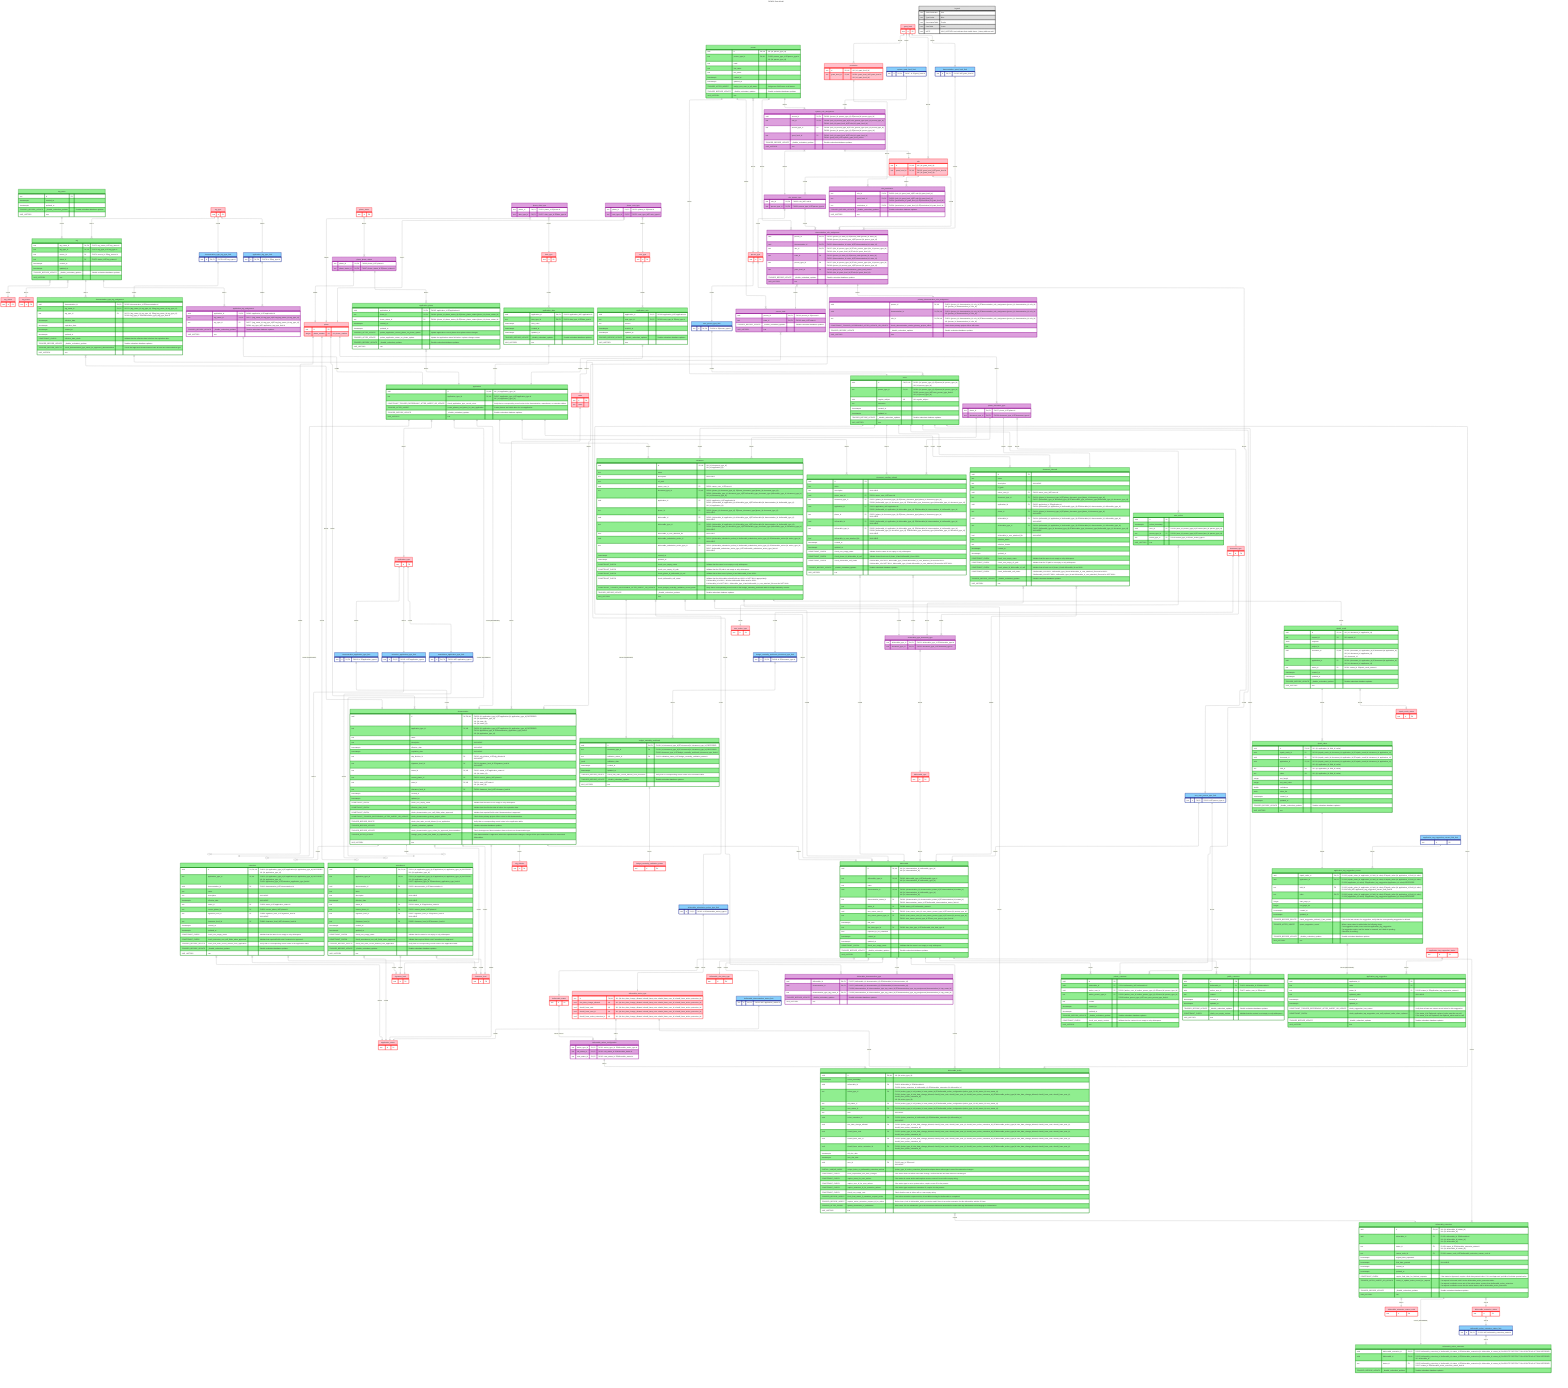
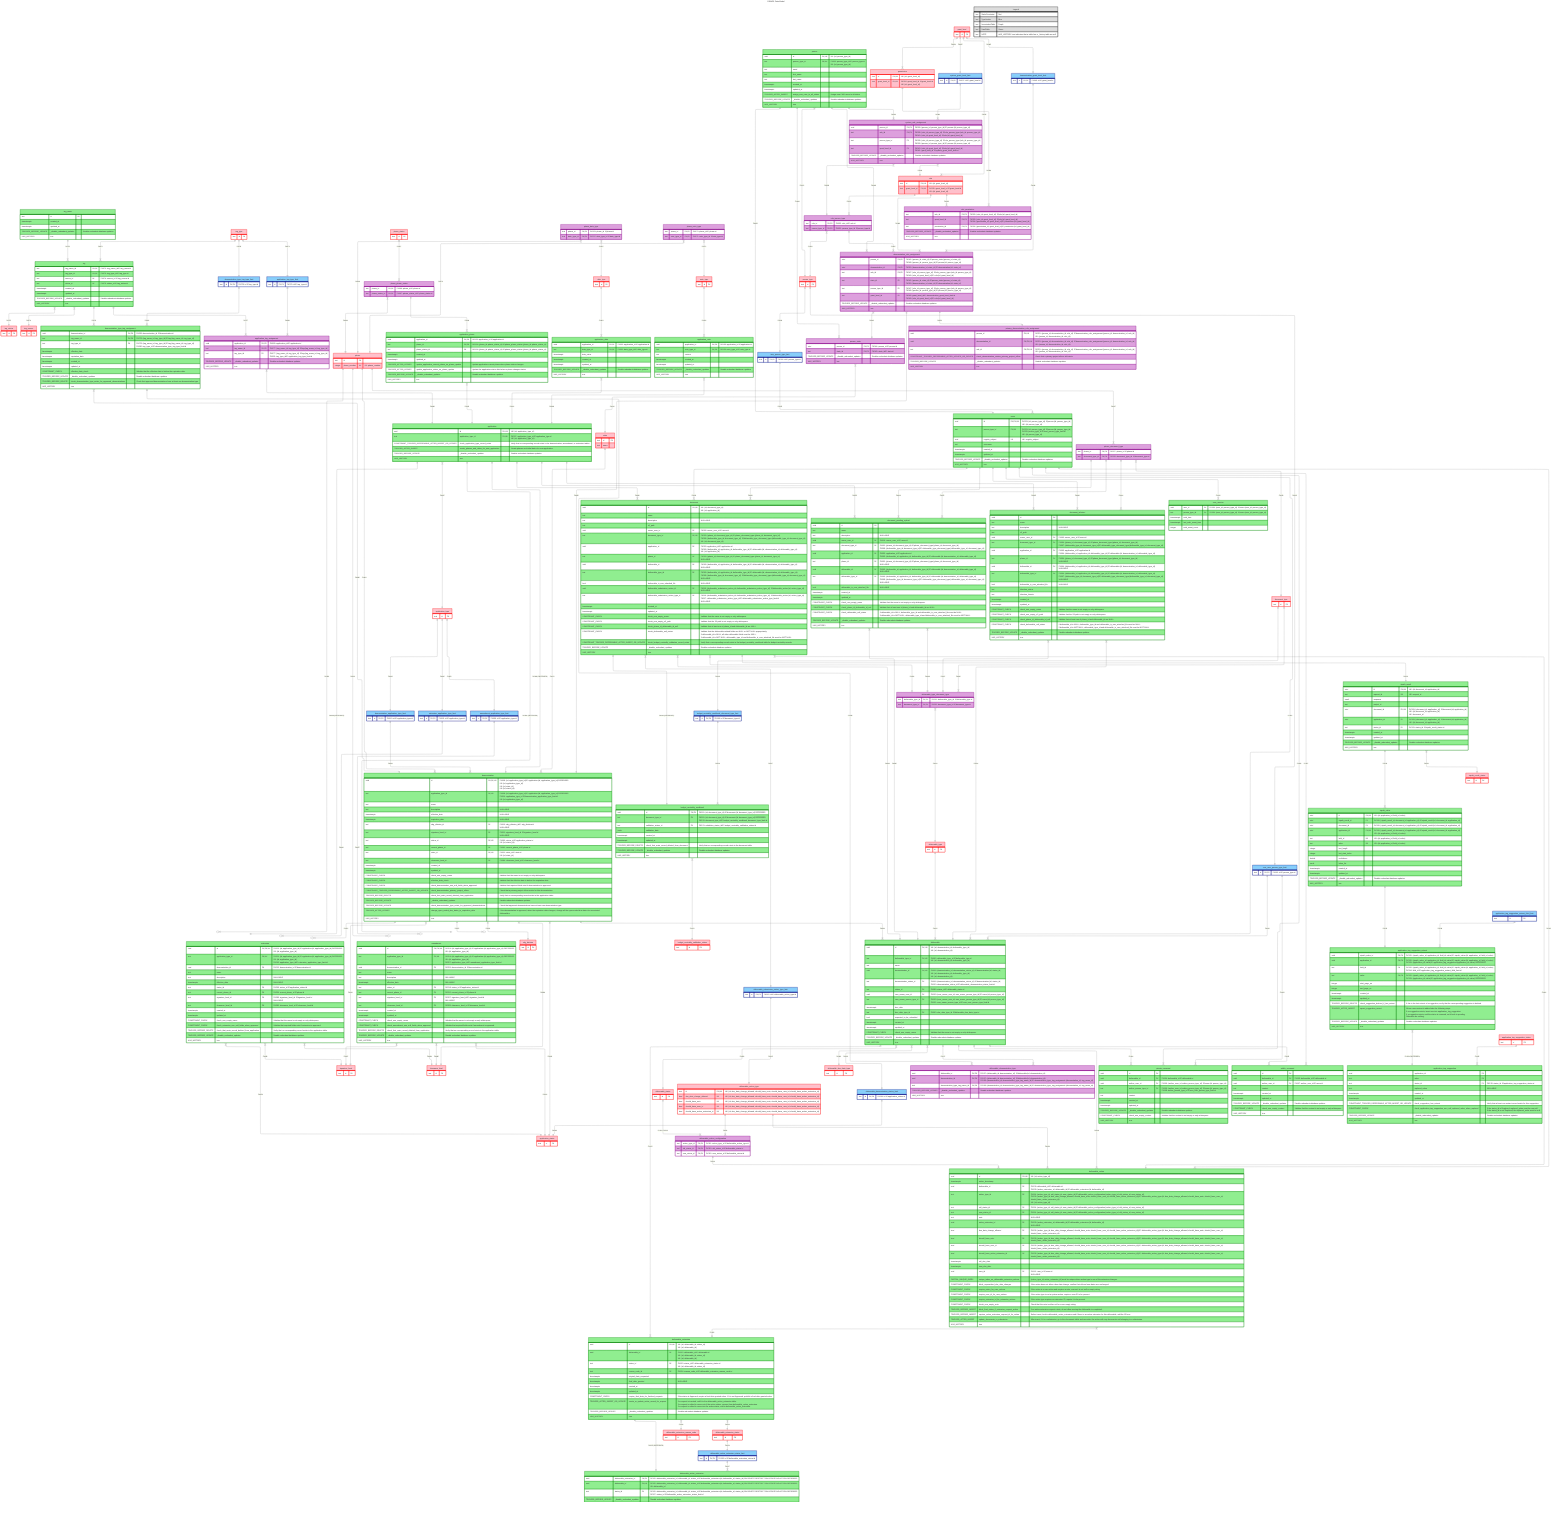
---
title: DEMOS Data Model
config:
  theme: default
  layout: elk
  elk:
    nodePlacementStrategy: NETWORK_SIMPLEX
---

erDiagram
  classDef staticConstraint stroke:red,fill:pink
  classDef typeLimiter stroke:navy,fill:lightskyblue
  classDef dataTable stroke:green,fill:lightgreen
  classDef associativeTable stroke:darkmagenta,fill:plum
  classDef legend stroke:black,fill:#ddd

  tag_name ||--|{ tag : "FK072"
  tag_type ||--|{ tag : "FK073"
  tag }|--|| tag_status : "FK075"
  tag }|--|| tag_source : "FK074"
  tag ||--|{ demonstration_type_tag_assignment : "FK076"
  tag ||--|{ application_tag_assignment : "FK077"
  tag_type ||--|| demonstration_type_tag_type_limit : "FK078"
  tag_type ||--|| application_tag_type_limit : "FK079"
  demonstration_type_tag_type_limit ||--|{ demonstration_type_tag_assignment : "FK080"
  application_tag_type_limit ||--|{ application_tag_assignment : "FK081"
  demonstration_type_tag_assignment }|--|| demonstration : "FK082"
  application_tag_assignment }|--|| application : "FK083"
  phase_status ||--|{ phase_phase_status : "FK067"
  phase_phase_status }|--|| phase : "FK066"
  phase_phase_status ||--|{ application_phase  : "FK004"
  phase_date_type }|--|| phase : "FK003"
  phase_note_type }|--|| phase : "FK070"
  phase_date_type }|--|| date_type: "FK017"
  phase_note_type }|--|| note_type: "FK071"
  application_phase }|--|| application : "FK005"
  date_type ||--|{ application_date  : "FK001"
  note_type ||--|{ application_note  : "FK069"
  application_date }|--|| application : "FK002"
  application_note }|--|| application : "FK068"
  application }|--|| application_type : "FK007"
  application ||--|| demonstration : "FK008 (DEFERRED)"
  application ||--|| extension : "FK009 (DEFERRED)"
  application ||--|| amendment : "FK054 (DEFERRED)"
  demonstration }|--|| sdg_division : "FK010"
  demonstration }|--|| signature_level : "FK011"
  demonstration ||--|{ extension : "FK012"
  demonstration ||--|{ amendment : "FK055"
  application_type ||--|| demonstration_application_type_limit : "FK013"
  demonstration_application_type_limit ||--|{ demonstration : "FK014"
  application_type ||--|| extension_application_type_limit : "FK015"
  extension_application_type_limit ||--|{ extension : "FK016"
  application_type ||--|| amendment_application_type_limit : "FK056"
  amendment_application_type_limit ||--|{ amendment : "FK057"
  amendment }|--|| application_status : "FK018"
  phase ||--|{ amendment : "FK020"
  extension }|--|| application_status : "FK058"
  phase ||--|{ extension : "FK059"
  demonstration }|--|| application_status : "FK060"
  phase ||--|{ demonstration : "FK061"
  state ||--|{ demonstration : "FK021"
  person }|--|| person_type : "FK022"
  person ||--|| users : "FK023"
  person_type ||--|| user_person_type_limit : "FK024"
  user_person_type_limit ||--|{ users : "FK025"
  users ||--|{ document : "FK026"
  users ||--|{ document_pending_upload : "FK019"
  users ||--|{ document_infected : "FK063"
-   users ||--|{ user_action : "FK139"
-   user_action }|--|| user_action_type : "FK140"
+   users ||--|{ user_session : "FK139"
  phase ||--|{ phase_document_type : "FK027"
  phase_document_type }|--|| document_type : "FK028"
  phase_document_type ||--|{ document : "FK029"
  phase_document_type ||--|{ document_pending_upload : "FK052"
  phase_document_type ||--|{ document_infected : "FK064"
  application ||--|{ document : "FK030"
  application ||--|{ document_pending_upload : "FK053"
  application ||--|{ document_infected : "FK065"
  role_person_type }|--|| person_type : "FK031"
  role ||--|{ role_person_type : "FK032"
  role ||--|{ role_permission : "FK033"
  permission ||--|{ role_permission : "FK034"
  grant_level ||--|{ role : "FK035"
  grant_level ||--|{ permission : "FK036"
  system_grant_level_limit ||--|{ system_role_assignment : "FK041"
  system_role_assignment }|--|| role_person_type : "FK038"
  person ||--|{ system_role_assignment : "FK039"
  system_role_assignment }|--|| role : "FK040"
  grant_level ||--|| system_grant_level_limit : "FK037"
  demonstration_role_assignment }|--|| person_state : "FK042"
  person_state }|--|| state : "FK043"
  person ||--|{ person_state : "FK044"
  grant_level ||--|| demonstration_grant_level_limit : "FK045"
  demonstration_grant_level_limit ||--|{ demonstration_role_assignment : "FK046"
  role_person_type ||--|{ demonstration_role_assignment : "FK047"
  person ||--|{ demonstration_role_assignment : "FK048"
  role ||--|{ demonstration_role_assignment : "FK049"
  demonstration_role_assignment }|--|| demonstration : "FK050"
  demonstration_role_assignment ||--|| primary_demonstration_role_assignment : "FK051"
  demonstration }|--|| clearance_level : "FK084"
  amendment }|--|| clearance_level : "FK085"
  extension }|--|| clearance_level : "FK086"
  amendment }|--|| signature_level : "FK087"
  extension }|--|| signature_level : "FK088"
  document_type ||--|| budget_neutrality_workbook_document_type_limit : "FK118"
  document ||--|| budget_neutrality_workbook : "FK119 (DEFERRED)"
  budget_neutrality_workbook_document_type_limit ||--|{ budget_neutrality_workbook : "FK120"
  budget_neutrality_workbook }|--|| budget_neutrality_validation_status : "FK121"
  document }|--|| deliverable_action : "FK116"
  document }|--|| deliverable_submission_action_type_limit : "FK117"
  deliverable_status ||--|{ deliverable_action_configuration : "FK110, FK113"
  deliverable_action_type ||--|{ deliverable_action_configuration : "FK111"
  deliverable_action_type ||--|{ deliverable_action : "FK136"
  deliverable_action_configuration ||--|{ deliverable_action : "FK114"
  deliverable_submission_action_type_limit ||--|| deliverable_action_type : "FK115"
  demonstration ||--|{ deliverable : "FK006"
  deliverable_type ||--|{ deliverable : "FK062"
  deliverable }|--|| deliverable_status : "FK089"
  deliverable }|--|| deliverable_due_date_type : "FK090"
  document_type ||--|{ deliverable_type_document_type : "FK092"
  deliverable_type_document_type }|--|| deliverable_type : "FK091"
  document }|--|| deliverable : "FK093"
  document_infected }|--|| deliverable : "FK094"
  document_pending_upload }|--|| deliverable : "FK095"
  document }|--|| deliverable_type_document_type : "FK096"
  document_infected }|--|| deliverable_type_document_type : "FK097"
  document_pending_upload }|--|| deliverable_type_document_type : "FK098"
  deliverable_demonstration_status_limit ||--|| application_status : "FK099"
  deliverable }|--|| deliverable_demonstration_status_limit : "FK100"
  cms_user_person_type_limit ||--|{ deliverable : "FK101"
  person_type ||--|| cms_user_person_type_limit : "FK102"
  users ||--|{ deliverable : "FK103"
  deliverable ||--|{ deliverable_action : "FK109"
  deliverable_action }|--|| deliverable_extension : "FK128"
  deliverable ||--|{ deliverable_extension : "FK122"
  deliverable ||--|{ deliverable_demonstration_type : "FK137"
  demonstration_type_tag_assignment ||--|{ deliverable_demonstration_type : "FK138"
  deliverable_extension }|--|| deliverable_extension_reason_code : "FK124"
  deliverable_extension }|--|| deliverable_extension_status : "FK123"
  deliverable_extension_status ||--|| deliverable_active_extension_status_limit : "FK126"
  deliverable_active_extension_status_limit ||--|{ deliverable_active_extension : "FK127"
  deliverable_extension ||--|| deliverable_active_extension : "FK125 (DEFERRED)"
  deliverable ||--|{ private_comment : "FK104"
  deliverable ||--|{ public_comment : "FK105"
  users ||--|{ private_comment : "FK106"
  users ||--|{ public_comment : "FK107"
  cms_user_person_type_limit ||--|{ private_comment : "FK108"
  users ||--|{ deliverable_action : "FK112"
  document ||--|| uipath_result : "FK129"
  uipath_result ||--|{ uipath_value : "FK130"
  uipath_result }|--|| uipath_result_status : "FK131"
  uipath_value ||--|| application_tag_suggestion_extract : "FK132"
  application_tag_suggestion_extract }|--|| application_tag_suggestion : "FK133 (DEFERRED)"
  application_tag_suggestion_extract_field_limit ||--|{ application_tag_suggestion_extract : "FK134"
  application_tag_suggestion_status ||--|{ application_tag_suggestion : "FK135"

  %% Static Constraints
  application_status:::staticConstraint {
    text id PK
  }

  application_tag_suggestion_status:::staticConstraint {
    text id PK
  }

  application_type:::staticConstraint {
    text id PK
  }

  budget_neutrality_validation_status:::staticConstraint {
    text id PK
  }

  clearance_level:::staticConstraint {
    text id PK
  }

  date_type:::staticConstraint {
    text id PK
  }

  deliverable_action_type:::staticConstraint {
    text id PK, UK "UK: (id, due_date_change_allowed, should_have_note, should_have_user_id, should_have_active_extension_id)"
    bool due_date_change_allowed UK "UK: (id, due_date_change_allowed, should_have_note, should_have_user_id, should_have_active_extension_id)"
    bool should_have_note UK "UK: (id, due_date_change_allowed, should_have_note, should_have_user_id, should_have_active_extension_id)"
    bool should_have_user_id UK "UK: (id, due_date_change_allowed, should_have_note, should_have_user_id, should_have_active_extension_id)"
    bool should_have_active_extension_id UK "UK: (id, due_date_change_allowed, should_have_note, should_have_user_id, should_have_active_extension_id)"
  }

  deliverable_due_date_type:::staticConstraint {
    text id PK
  }

  deliverable_extension_reason_code:::staticConstraint {
    text id PK
  }

  deliverable_extension_status:::staticConstraint {
    text id PK
  }

  deliverable_status:::staticConstraint {
    text id PK
  }

  deliverable_type:::staticConstraint {
    text id PK
  }

  document_type:::staticConstraint {
    text id PK
  }

  grant_level:::staticConstraint {
    text id PK
  }

  note_type:::staticConstraint {
    text id PK
  }

  permission:::staticConstraint {
    text id PK, UK "UK: (id, grant_level_id)"
    text grant_level_id FK, UK "FK036: grant_level_id ∈ grant_level.id<br>UK: (id, grant_level_id)"
  }

  person_type:::staticConstraint {
    text id PK
  }

  phase:::staticConstraint {
    text id PK
    integer phase_number UK "UK: phase_number"
  }

  phase_status:::staticConstraint {
    text id PK
  }

  role:::staticConstraint {
    text id PK, UK "UK: (id, grant_level_id)"
    text grant_level_id FK, UK "FK035: grant_level_id ∈ grant_level.id<br>UK: (id, grant_level_id)"
  }

  sdg_division:::staticConstraint {
    text id PK
  }

  signature_level:::staticConstraint {
    text id PK
  }

  state:::staticConstraint {
    text id PK
    text name
  }

  tag_source:::staticConstraint {
    text id PK
  }

  tag_status:::staticConstraint {
    text id PK
  }

  tag_type:::staticConstraint {
    text id PK
  }

  uipath_result_status:::staticConstraint {
    text id PK
  }

-   user_action_type:::staticConstraint {
-     text id PK
-   }
- 
  %% Type Limiters
  amendment_application_type_limit:::typeLimiter {
    text id PK, FK "FK056: id ∈ application_type.id"
  }

  application_tag_suggestion_extract_field_limit:::typeLimiter {
    text id PK
  }

  application_tag_type_limit:::typeLimiter {
    text id PK, FK "FK079: id ∈ tag_type.id"
  }

  budget_neutrality_workbook_document_type_limit:::typeLimiter {
    text id PK, FK "FK118: id ∈ document_type.id"
  }

  cms_user_person_type_limit:::typeLimiter {
    text id PK, FK "FK102: id ∈ person_type.id"
  }

  deliverable_active_extension_status_limit:::typeLimiter {
    text id PK, FK "FK126: id ∈ deliverable_extension_status.id"
  }

  deliverable_demonstration_status_limit:::typeLimiter {
    text id PK, FK "FK099: id ∈ application_status.id"
  }

  deliverable_submission_action_type_limit:::typeLimiter {
    text id PK, FK "FK115: id ∈ deliverable_action_type.id"
  }

  demonstration_application_type_limit:::typeLimiter {
    text id PK, FK "FK013: id ∈ application_type.id"
  }

  demonstration_grant_level_limit:::typeLimiter {
    text id PK, FK "FK045: id ∈ grant_level.id"
  }

  demonstration_type_tag_type_limit:::typeLimiter {
    text id PK, FK "FK078: id ∈ tag_type.id"
  }

  extension_application_type_limit:::typeLimiter {
    text id PK, FK "FK015: id ∈ application_type.id"
  }

  system_grant_level_limit:::typeLimiter {
    text id PK, FK "FK037: id ∈ grant_level.id"
  }

  user_person_type_limit:::typeLimiter {
    text id PK, FK "FK024: id ∈ person_type.id"
  }

  %% Data Tables
  amendment:::dataTable {
    uuid id PK, FK, UK "FK054: (id, application_type_id) ∈ application.(id, application_type_id) DEFERRED<br>UK: (id, application_type_id)"
    text application_type_id FK, UK "FK054: (id, application_type_id) ∈ application.(id, application_type_id) DEFERRED<br>UK: (id, application_type_id)<br>FK057: application_type_id ∈ amendment_application_type_limit.id"
    uuid demonstration_id FK "FK055: demonstration_id ∈ demonstration.id"
    text name
    text description "NULLABLE"
    timestamptz effective_date "NULLABLE"
    text status_id FK "FK018: status_id ∈ application_status.id"
    text current_phase_id FK "FK020: current_phase_id ∈ phase.id"
    text signature_level_id FK "FK087: signature_level_id ∈ signature_level.id<br>NULLABLE"
    text clearance_level_id FK "FK085: clearance_level_id ∈ clearance_level.id"
    timestamptz created_at
    timestamptz updated_at
    CONSTRAINT_CHECK check_non_empty_name "Validate that the name is not empty or only whitespace."
    CONSTRAINT_CHECK check_amendment_non_null_fields_when_approved  "Validate that required fields exist if amendment is approved."
    TRIGGER_BEFORE_DELETE check_that_main_record_deleted_from_application "Verify that no corresponding record exists in the application table."
    TRIGGER_BEFORE_UPDATE _disable_redundant_updates "Disable redundant database updates."
    HAS_HISTORY true
  }

  application:::dataTable {
    uuid id PK, UK "UK: (id, application_type_id)"
    text application_type_id FK, UK "FK007: application_type_id ∈ application_type.id<br>UK: (id, application_type_id)"
    CONSTRAINT_TRIGGER_DEFERRABLE_AFTER_INSERT_OR_UPDATE check_application_type_record_exists "Verify that a corresponding record exists in the demonstration, amendment, or extension tables."
    TRIGGER_AFTER_INSERT create_phases_and_dates_for_new_application "Create phases and initial dates for new application."
    TRIGGER_BEFORE_UPDATE _disable_redundant_updates "Disable redundant database updates."
    HAS_HISTORY true
  }

  application_date:::dataTable {
    uuid application_id PK, FK "FK002: application_id ∈ application.id"
    text date_type_id PK, FK "FK001: date_type_id ∈ date_type.id"
    timestamptz date_value
    timestamptz created_at
    timestamptz updated_at
    TRIGGER_BEFORE_UPDATE _disable_redundant_updates "Disable redundant database updates."
    HAS_HISTORY true
  }

  application_note:::dataTable {
    uuid application_id PK, FK "FK068: application_id ∈ application.id"
    text note_type_id PK, FK "FK069: note_type_id ∈ note_type.id"
    text content
    timestamptz created_at
    timestamptz updated_at
    TRIGGER_BEFORE_UPDATE _disable_redundant_updates "Disable redundant database updates."
    HAS_HISTORY true
  }

  application_phase:::dataTable {
    uuid application_id PK, FK "FK005: application_id ∈ application.id"
    text phase_id PK, FK "FK004: (phase_id, phase_status_id) ∈ phase_phase_status.(phase_id, phase_status_id)"
    text phase_status_id FK "FK004: (phase_id, phase_status_id) ∈ phase_phase_status.(phase_id, phase_status_id)"
    timestamptz created_at
    timestamptz updated_at
    TRIGGER_AFTER_UPDATE update_application_current_phase_on_phase_update "Update application current phase when phase status changes."
    TRIGGER_AFTER_UPDATE update_application_status_on_phase_update "Update the application status field when a phase changes status."
    TRIGGER_BEFORE_UPDATE _disable_redundant_updates "Disable redundant database updates."
    HAS_HISTORY true
  }

  application_tag_suggestion:::dataTable {
    uuid application_id PK
    text value PK
    text status_id FK "FK135: status_id ∈ application_tag_suggestion_status.id"
    text replaced_value "NULLABLE"
    timestamptz created_at
    timestamptz updated_at
    CONSTRAINT_TRIGGER_DEFERRABLE_AFTER_INSERT_OR_UPDATE check_suggestion_has_extract "Verify that at least one extract record exists for this suggestion."
    CONSTRAINT_CHECK check_application_tag_suggestion_non_null_replaced_value_when_replaced "If the status_id is Replaced, replaced_value must be non null.<br>If the status_id is not Replaced, the replaced_value must be null."
    TRIGGER_BEFORE_UPDATE _disable_redundant_updates "Disable redundant database updates."
    HAS_HISTORY true
  }

  application_tag_suggestion_extract:::dataTable {
    uuid uipath_value_id PK, FK "FK132: (uipath_value_id, application_id, field_id, value) ∈ uipath_value.(id, application_id, field_id, value)"
    uuid application_id PK, FK "FK132: (uipath_value_id, application_id, field_id, value) ∈ uipath_value.(id, application_id, field_id, value)<br>FK133: (application_id, value) ∈ application_tag_suggestion.(application_id, value) DEFERRED"
    text field_id FK "FK132: (uipath_value_id, application_id, field_id, value) ∈ uipath_value.(id, application_id, field_id, value)<br>FK134: field_id ∈ application_tag_suggestion_extract_field_limit.id"
    text value PK, FK "FK132: (uipath_value_id, application_id, field_id, value) ∈ uipath_value.(id, application_id, field_id, value)<br>FK133: (application_id, value) ∈ application_tag_suggestion.(application_id, value) DEFERRED"
    integer start_page_no
    integer end_page_no
    timestamptz created_at
    timestamptz updated_at
    TRIGGER_BEFORE_DELETE check_suggestion_deleted_if_last_extract "If this is the last extract of a suggestion, verify that the corresponding suggestion is deleted."
    TRIGGER_AFTER_INSERT upsert_suggestion_record "When a new extract is added take the following steps.<br>If no suggestion exists, insert one into application_tag_suggestion.<br>If a suggestion exists, and the status is removed, set it back to pending.<br>Otherwise do nothing."
    TRIGGER_BEFORE_UPDATE _disable_redundant_updates "Disable redundant database updates."
    HAS_HISTORY true
  }

  budget_neutrality_workbook:::dataTable {
    uuid id PK, FK "FK119: (id, document_type_id) ∈ document.(id, document_type_id) DEFERRED"
    text document_type_id FK "FK119: (id, document_type_id) ∈ document.(id, document_type_id) DEFERRED<br>FK120: document_type_id ∈ budget_neutrality_workbook_document_type_limit.id"
    text validation_status_id FK "FK121: validation_status_id ∈ budget_neutrality_validation_status.id"
    jsonb validation_data
    timestamptz created_at
    timestamptz updated_at
    TRIGGER_BEFORE_DELETE check_that_main_record_deleted_from_document "Verify that no corresponding record exists in the document table."
    TRIGGER_BEFORE_UPDATE _disable_redundant_updates "Disable redundant database updates."
    HAS_HISTORY true
  }

  %% NOTE: That empty line with <br>&nbsp; is a layout hack for Mermaid
  deliverable:::dataTable {
    uuid id PK, UK "UK: (id, demonstration_id, deliverable_type_id)<br>UK: (id, demonstration_id)<br>&nbsp;"
    text deliverable_type_id FK, UK "FK062: deliverable_type_id ∈ deliverable_type.id<br>UK: (id, demonstration_id, deliverable_type_id)"
    text name
    uuid demonstration_id FK, UK "FK006: (demonstration_id, demonstration_status_id) ∈ demonstration.(id, status_id)<br>UK: (id, demonstration_id, deliverable_type_id)<br>UK: (id, demonstration_id)"
    text demonstration_status_id FK "FK006: (demonstration_id, demonstration_status_id) ∈ demonstration.(id, status_id)<br>FK100: demonstration_status_id ∈ deliverable_demonstration_status_limit.id"
    text status_id FK "FK089: status_id ∈ deliverable_status.id"
    uuid cms_owner_user_id FK "FK103: (cms_owner_user_id, cms_owner_person_type_id) ∈ users.(id, person_type_id)"
    text cms_owner_person_type_id FK "FK103: (cms_owner_user_id, cms_owner_person_type_id) ∈ users.(id, person_type_id)<br>FK101: cms_owner_person_type_id ∈ cms_user_person_type_limit.id"
    timestamptz due_date
    text due_date_type_id FK "FK090: due_date_type_id ∈ deliverable_due_date_type.id"
    bool expected_to_be_submitted
    timestamptz created_at
    timestamptz updated_at
    CONSTRAINT_CHECK check_non_empty_name "Validate that the name is not empty or only whitespace."
    TRIGGER_BEFORE_UPDATE _disable_redundant_updates "Disable redundant database updates."
    HAS_HISTORY true
  }

  deliverable_action:::dataTable {
    uuid id PK, UK "UK: (id, action_type_id)"
    timestamptz action_timestamp
    uuid deliverable_id FK "FK109: deliverable_id ∈ deliverable.id<br>FK128: (active_extension_id, deliverable_id) ∈ deliverable_extension.(id, deliverable_id)"
    text action_type_id FK "FK114: (action_type_id, old_status_id, new_status_id) ∈ deliverable_action_configuration.(action_type_id, old_status_id, new_status_id)<br>FK136: (action_type_id, due_date_change_allowed, should_have_note, should_have_user_id, should_have_active_extension_id)) ∈ deliverable_action_type.(id, due_date_change_allowed, should_have_note, should_have_user_id, should_have_active_extension_id)<br>UK: (id, action_type_id)"
    text old_status_id FK "FK114: (action_type_id, old_status_id, new_status_id) ∈ deliverable_action_configuration.(action_type_id, old_status_id, new_status_id)"
    text new_status_id FK "FK114: (action_type_id, old_status_id, new_status_id) ∈ deliverable_action_configuration.(action_type_id, old_status_id, new_status_id)"
    text note "NULLABLE"
    uuid active_extension_id FK "FK128: (active_extension_id, deliverable_id) ∈ deliverable_extension.(id, deliverable_id)<br>NULLABLE"
    bool due_date_change_allowed FK "FK136: (action_type_id, due_date_change_allowed, should_have_note, should_have_user_id, should_have_active_extension_id)) ∈ deliverable_action_type.(id, due_date_change_allowed, should_have_note, should_have_user_id, should_have_active_extension_id)"
    bool should_have_note FK "FK136: (action_type_id, due_date_change_allowed, should_have_note, should_have_user_id, should_have_active_extension_id)) ∈ deliverable_action_type.(id, due_date_change_allowed, should_have_note, should_have_user_id, should_have_active_extension_id)"
    bool should_have_user_id FK "FK136: (action_type_id, due_date_change_allowed, should_have_note, should_have_user_id, should_have_active_extension_id)) ∈ deliverable_action_type.(id, due_date_change_allowed, should_have_note, should_have_user_id, should_have_active_extension_id)"
    bool should_have_active_extension_id FK "FK136: (action_type_id, due_date_change_allowed, should_have_note, should_have_user_id, should_have_active_extension_id)) ∈ deliverable_action_type.(id, due_date_change_allowed, should_have_note, should_have_user_id, should_have_active_extension_id)"
    timestamptz old_due_date
    timestamptz new_due_date
    uuid user_id FK "FK112: user_id ∈ users.id<br>NULLABLE"
    PARTIAL_UNIQUE_INDEX unique_index_on_deliverable_extension_actions "(action_type_id, active_extension_id) must be unique where action type is one of the extension changes."
    CONSTRAINT_CHECK block_unpermitted_due_date_changes "If the action does not allow a due date change, confirm that old and new dates are unchanged."
    CONSTRAINT_CHECK require_notes_for_user_actions "If the action is a user action and requires a note, ensure it is not null or empty string."
    CONSTRAINT_CHECK require_user_id_for_user_actions "If the action type is not a system action, require a user ID to be present."
    CONSTRAINT_CHECK require_extension_id_for_extension_actions "If the action type requires an extension ID, require it to be present."
    CONSTRAINT_CHECK check_non_empty_note "Check that the note is either null or a non empty string."
    TRIGGER_BEFORE_INSERT block_final_states_if_extension_request_active "If an active extension request exists, do not allow moving the deliverable to completed."
    TRIGGER_BEFORE_INSERT capture_active_extension_request_id_for_action "Before insert, look in deliverable_active_extension and if there is an active extension for this deliverable, add the ID here."
    TRIGGER_AFTER_INSERT update_documents_in_submission "After insert, if it is a submission, go to the documents table and associate the action with any documents not belonging to a submission."
    HAS_HISTORY true
  }

  deliverable_active_extension:::dataTable {
    uuid deliverable_extension_id PK, FK "FK125: deliverable_extension_id, deliverable_id, status_id ∈ deliverable_extension.(id, deliverable_id, status_id) ON DELETE RESTRICT ON UPDATE NO ACTION DEFERRED"
    uuid deliverable_id FK, UK "FK125: deliverable_extension_id, deliverable_id, status_id ∈ deliverable_extension.(id, deliverable_id, status_id) ON DELETE RESTRICT ON UPDATE NO ACTION DEFERRED<br>UK: deliverable_id"
    text status_id FK "FK125: deliverable_extension_id, deliverable_id, status_id ∈ deliverable_extension.(id, deliverable_id, status_id) ON DELETE RESTRICT ON UPDATE NO ACTION DEFERRED<br>FK127: status_id ∈ deliverable_active_extension_status_limit.id"
    TRIGGER_BEFORE_UPDATE _disable_redundant_updates "Disable redundant database updates."
  }

  deliverable_extension:::dataTable {
    uuid id PK, UK "UK: (id, deliverable_id, status_id)<br>UK: (id, deliverable_id)"
    uuid deliverable_id FK "FK122: deliverable_id ∈ deliverable.id<br>UK: (id, deliverable_id, status_id)<br>UK: (id, deliverable_id)"
    text status_id FK "FK123: status_id ∈ deliverable_extension_status.id<br>UK: (id, deliverable_id, status_id)"
    text reason_code_id FK "FK124: reason_code_id ∈ deliverable_extension_reason_code.id"
    timestamptz original_date_requested
    timestamptz final_date_granted "NULLABLE"
    timestamptz created_at
    timestamptz updated_at
    CONSTRAINT_CHECK require_final_date_for_finished_requests "If the status is Approved, require a final date granted value. If it is not Approved, prohibit a final date granted value."
    TRIGGER_AFTER_INSERT_OR_UPDATE create_or_update_active_record_for_request "If a request is inserted, add it to the deliverable_active_extension table.<br>If a request is edited to move out of the active status, remove from deliverable_active_extension.<br>If a request is edited to move into the active status, add to deliverable_active_extension."
    TRIGGER_BEFORE_UPDATE _disable_redundant_updates "Disable redundant database updates."
    HAS_HISTORY true
  }

  demonstration:::dataTable {
    uuid id PK, FK, UK "FK008: (id, application_type_id) ∈ application.(id, application_type_id) DEFERRED<br>UK: (id, application_type_id)<br>UK: (id, state_id)<br>UK: (id, status_id)"
    text application_type_id FK, UK "FK008: (id, application_type_id) ∈ application.(id, application_type_id) DEFERRED<br>FK014: application_type_id ∈ demonstration_application_type_limit.id<br>UK: (id, application_type_id)"
    text name
    text description "NULLABLE"
    timestamptz effective_date "NULLABLE"
    timestamptz expiration_date "NULLABLE"
    text sdg_division_id FK "FK010: sdg_division_id ∈ sdg_division.id<br>NULLABLE"
    text signature_level_id FK "FK011: signature_level_id ∈ signature_level.id<br>NULLABLE"
    text status_id FK, UK "FK060: status_id ∈ application_status.id<br>UK: (id, status_id)"
    text current_phase_id FK "FK061: current_phase_id ∈ phase.id"
    text state_id FK, UK "FK021: state_id ∈ state.id<br>UK: (id, state_id)"
    text clearance_level_id FK "FK084: clearance_level_id ∈ clearance_level.id"
    timestamptz created_at
    timestamptz updated_at
    CONSTRAINT_CHECK check_non_empty_name "Validate that the name is not empty or only whitespace."
    CONSTRAINT_CHECK effective_date_check "Validate that the effective date is before the expiration date."
    CONSTRAINT_CHECK check_demonstration_non_null_fields_when_approved "Validate that required fields exist if demonstration is approved."
    CONSTRAINT_TRIGGER_DEFERRABLE_AFTER_INSERT_OR_UPDATE check_demonstration_primary_project_officer "Check that a primary project officer exists for this demonstration."
    TRIGGER_BEFORE_DELETE check_that_main_record_deleted_from_application "Verify that no corresponding record exists in the application table."
    TRIGGER_BEFORE_UPDATE _disable_redundant_updates "Disable redundant database updates."
    TRIGGER_BEFORE_UPDATE check_demonstration_type_exists_for_approved_demonstrations "Check that approved demonstrations have at least one demonstration type."
    TRIGGER_AFTER_UPDATE change_open_ended_due_dates_to_expiration_date "If the demonstration is approved, when the expiration date changes, change all the open-ended due dates for associated deliverables."
    HAS_HISTORY true
  }

  demonstration_type_tag_assignment:::dataTable {
    uuid demonstration_id PK, FK "FK082: demonstration_id ∈ demonstration.id"
    text tag_name_id PK, FK "FK076: (tag_name_id, tag_type_id) ∈ tag.(tag_name_id, tag_type_id)"
    text tag_type_id FK "FK076: (tag_name_id, tag_type_id) ∈ tag.(tag_name_id, tag_type_id)<br>FK080: tag_type_id ∈ demonstration_type_tag_type_limit.id"
    timestamptz effective_date
    timestamptz expiration_date
    timestamptz created_at
    timestamptz updated_at
    CONSTRAINT_CHECK effective_date_check "Validate that the effective date is before the expiration date."
    TRIGGER_BEFORE_UPDATE _disable_redundant_updates "Disable redundant database updates."
    TRIGGER_BEFORE_DELETE check_demonstration_type_exists_for_approved_demonstrations "Check that approved demonstrations have at least one demonstration type."
    HAS_HISTORY true
  }

  document:::dataTable {
    uuid id PK, UK "UK: (id, document_type_id)<br>UK: (id, application_id)"
    text name
    text description "NULLABLE"
    text s3_path
    uuid owner_user_id FK "FK026: owner_user_id ∈ users.id"
    text document_type_id FK, UK "FK029: (phase_id, document_type_id) ∈ phase_document_type.(phase_id, document_type_id)<br>FK096: (deliverable_type_id, document_type_id) ∈ deliverable_type_document_type.(deliverable_type_id, document_type_id)<br>UK: (id, document_type_id)"
    uuid application_id FK "FK030: application_id ∈ application.id<br>FK093: (deliverable_id, application_id, deliverable_type_id) ∈ deliverable.(id, demonstration_id, deliverable_type_id)<br>UK: (id, application_id)"
    text phase_id FK "FK029: (phase_id, document_type_id) ∈ phase_document_type.(phase_id, document_type_id)<br>NULLABLE"
    uuid deliverable_id FK "FK093: (deliverable_id, application_id, deliverable_type_id) ∈ deliverable.(id, demonstration_id, deliverable_type_id)<br>NULLABLE"
    text deliverable_type_id FK "FK093: (deliverable_id, application_id, deliverable_type_id) ∈ deliverable.(id, demonstration_id, deliverable_type_id)<br>FK096: (deliverable_type_id, document_type_id) ∈ deliverable_type_document_type.(deliverable_type_id, document_type_id)<br>NULLABLE"
    bool deliverable_is_cms_attached_file "NULLABLE"
    uuid deliverable_submission_action_id FK "FK116: (deliverable_submission_action_id, deliverable_submission_action_type_id) ∈ deliverable_action.(id, action_type_id)<br>NULLABLE"
    text deliverable_submission_action_type_id FK "FK116: (deliverable_submission_action_id, deliverable_submission_action_type_id) ∈ deliverable_action.(id, action_type_id)<br>FK117: deliverable_submission_action_type_id ∈ deliverable_submission_action_type_limit.id<br>NULLABLE"
    timestamptz created_at
    timestamptz updated_at
    CONSTRAINT_CHECK check_non_empty_name "Validate that the name is not empty or only whitespace."
    CONSTRAINT_CHECK check_non_empty_s3_path "Validate that the S3 path is not empty or only whitespace."
    CONSTRAINT_CHECK check_phase_id_deliverable_id_null "Validate that at least one of phase_id and deliverable_id are NULL."
    CONSTRAINT_CHECK check_deliverable_null_states "Validate that the deliverable-related fields are NULL or NOT NULL appropriately.<br>If deliverable_id is NULL, all other deliverable fields must be NULL.<br>If deliverable_id is NOT NULL, deliverable_type_id and deliverable_is_cms_attached_file must be NOT NULL."
    CONSTRAINT_TRIGGER_DEFERRABLE_AFTER_INSERT_OR_UPDATE check_budget_neutrality_validation_record_exists "Verify that a corresponding record exists in the budget_neutrality_workbook table for budget neutrality records."
    TRIGGER_BEFORE_UPDATE _disable_redundant_updates "Disable redundant database updates."
    HAS_HISTORY true
  }

  document_infected:::dataTable {
    uuid id PK
    text name
    text description "NULLABLE"
    text s3_path
    uuid owner_user_id FK "FK063: owner_user_id ∈ users.id"
    text document_type_id FK "FK064: (phase_id, document_type_id) ∈ phase_document_type.(phase_id, document_type_id)<br>FK097: (deliverable_type_id, document_type_id) ∈ deliverable_type_document_type.(deliverable_type_id, document_type_id)"
    uuid application_id FK "FK065: application_id ∈ application.id<br>FK094: (deliverable_id, application_id, deliverable_type_id) ∈ deliverable.(id, demonstration_id, deliverable_type_id)"
    text phase_id FK "FK064: (phase_id, document_type_id) ∈ phase_document_type.(phase_id, document_type_id)<br>NULLABLE"
    uuid deliverable_id FK "FK094: (deliverable_id, application_id, deliverable_type_id) ∈ deliverable.(id, demonstration_id, deliverable_type_id)<br>NULLABLE"
    text deliverable_type_id FK "FK094: (deliverable_id, application_id, deliverable_type_id) ∈ deliverable.(id, demonstration_id, deliverable_type_id)<br>FK097: (deliverable_type_id, document_type_id) ∈ deliverable_type_document_type.(deliverable_type_id, document_type_id)<br>NULLABLE"
    bool deliverable_is_cms_attached_file "NULLABLE"
    text infection_status
    text infection_threats
    timestamptz created_at
    timestamptz updated_at
    CONSTRAINT_CHECK check_non_empty_name "Validate that the name is not empty or only whitespace."
    CONSTRAINT_CHECK check_non_empty_s3_path "Validate that the S3 path is not empty or only whitespace."
    CONSTRAINT_CHECK check_phase_id_deliverable_id_null "Validate that at least one of phase_id and deliverable_id are NULL."
    CONSTRAINT_CHECK check_deliverable_null_states "If deliverable_id is NULL, deliverable_type_id and deliverable_is_cms_attached_file must be NULL.<br>If deliverable_id is NOT NULL, deliverable_type_id and deliverable_is_cms_attached_file must be NOT NULL."
    TRIGGER_BEFORE_UPDATE _disable_redundant_updates "Disable redundant database updates."
    HAS_HISTORY true
  }

  document_pending_upload:::dataTable {
    uuid id PK
    text name
    text description "NULLABLE"
    uuid owner_user_id FK "FK019: owner_user_id ∈ users.id"
    text document_type_id FK "FK052: (phase_id, document_type_id) ∈ phase_document_type.(phase_id, document_type_id)<br>FK098: (deliverable_type_id, document_type_id) ∈ deliverable_type_document_type.(deliverable_type_id, document_type_id)"
    uuid application_id FK "FK053: application_id ∈ application.id<br>FK095: (deliverable_id, application_id, deliverable_type_id) ∈ deliverable.(id, demonstration_id, deliverable_type_id)"
    text phase_id FK "FK052: (phase_id, document_type_id) ∈ phase_document_type.(phase_id, document_type_id)<br>NULLABLE"
    uuid deliverable_id FK "FK095: (deliverable_id, application_id, deliverable_type_id) ∈ deliverable.(id, demonstration_id, deliverable_type_id)<br>NULLABLE"
    text deliverable_type_id FK "FK095: (deliverable_id, application_id, deliverable_type_id) ∈ deliverable.(id, demonstration_id, deliverable_type_id)<br>FK098: (deliverable_type_id, document_type_id) ∈ deliverable_type_document_type.(deliverable_type_id, document_type_id)<br>NULLABLE"
    bool deliverable_is_cms_attached_file "NULLABLE"
    timestamptz created_at
    timestamptz updated_at
    CONSTRAINT_CHECK check_non_empty_name "Validate that the name is not empty or only whitespace."
    CONSTRAINT_CHECK check_phase_id_deliverable_id_null "Validate that at least one of phase_id and deliverable_id are NULL."
    CONSTRAINT_CHECK check_deliverable_null_states "If deliverable_id is NULL, deliverable_type_id and deliverable_is_cms_attached_file must be NULL.<br>If deliverable_id is NOT NULL, deliverable_type_id and deliverable_is_cms_attached_file must be NOT NULL."
    TRIGGER_BEFORE_UPDATE _disable_redundant_updates "Disable redundant database updates."
    HAS_HISTORY true
  }

  extension:::dataTable {
    uuid id PK, FK, UK "FK009: (id, application_type_id) ∈ application.(id, application_type_id) DEFERRED<br>UK: (id, application_type_id)"
    text application_type_id FK, UK "FK009: (id, application_type_id) ∈ application.(id, application_type_id) DEFERRED<br>UK: (id, application_type_id)<br>FK016: application_type_id ∈ extension_application_type_limit.id"
    uuid demonstration_id FK "FK012: demonstration_id ∈ demonstration.id"
    text name
    text description "NULLABLE"
    timestamptz effective_date "NULLABLE"
    text status_id FK "FK058: status_id ∈ application_status.id"
    text current_phase_id FK "FK059: current_phase_id ∈ phase.id"
    text signature_level_id FK "FK088: signature_level_id ∈ signature_level.id<br>NULLABLE"
    text clearance_level_id FK "FK086: clearance_level_id ∈ clearance_level.id"
    timestamptz created_at
    timestamptz updated_at
    CONSTRAINT_CHECK check_non_empty_name "Validate that the name is not empty or only whitespace."
    CONSTRAINT_CHECK check_extension_non_null_fields_when_approved  "Validate that required fields exist if extension is approved."
    TRIGGER_BEFORE_DELETE check_that_main_record_deleted_from_application "Verify that no corresponding record exists in the application table."
    TRIGGER_BEFORE_UPDATE _disable_redundant_updates "Disable redundant database updates."
    HAS_HISTORY true
  }

  person:::dataTable {
    uuid id PK, UK "UK: (id, person_type_id)"
    text person_type_id FK, UK "FK022: person_type_id ∈ person_type.id<br>UK: (id, person_type_id)"
    text email
    text first_name
    text last_name
    timestamptz created_at
    timestamptz updated_at
    TRIGGER_AFTER_INSERT assign_cms_user_to_all_states "Assign new CMS users to all states."
    TRIGGER_BEFORE_UPDATE _disable_redundant_updates "Disable redundant database updates."
    HAS_HISTORY true
  }

  private_comment:::dataTable {
    uuid id PK
    uuid deliverable_id FK "FK104: deliverable_id ∈ deliverable.id"
    uuid author_user_id FK "FK106: (author_user_id, author_person_type_id) ∈ users.(id, person_type_id)"
    text author_person_type_id FK "FK106: (author_user_id, author_person_type_id) ∈ users.(id, person_type_id)<br>FK108: author_person_type_id ∈ cms_user_person_type_limit.id"
    text content
    timestamptz created_at
    timestamptz updated_at
    TRIGGER_BEFORE_UPDATE _disable_redundant_updates "Disable redundant database updates."
    CONSTRAINT_CHECK check_non_empty_content "Validate that the content is not empty or only whitespace."
    HAS_HISTORY true
  }

  public_comment:::dataTable {
    uuid id PK
    uuid deliverable_id FK "FK105: deliverable_id ∈ deliverable.id"
    uuid author_user_id FK "FK107: author_user_id ∈ users.id"
    text content
    timestamptz created_at
    timestamptz updated_at
    TRIGGER_BEFORE_UPDATE _disable_redundant_updates "Disable redundant database updates."
    CONSTRAINT_CHECK check_non_empty_content "Validate that the content is not empty or only whitespace."
    HAS_HISTORY true
  }

  tag:::dataTable {
    text tag_name_id PK, FK "FK072: tag_name_id ∈ tag_name.id"
    text tag_type_id PK, FK "FK073: tag_type_id ∈ tag_type.id"
    text source_id FK "FK074: source_id ∈ tag_source.id"
    text status_id FK "FK075: status_id ∈ tag_status.id"
    timestamptz created_at
    timestamptz updated_at
    TRIGGER_BEFORE_UPDATE _disable_redundant_updates "Disable redundant database updates."
    HAS_HISTORY true
  }

  tag_name:::dataTable {
    text id PK
    timestamptz created_at
    timestamptz updated_at
    TRIGGER_BEFORE_UPDATE _disable_redundant_updates "Disable redundant database updates."
    HAS_HISTORY true
  }

  uipath_result:::dataTable {
    uuid id PK, UK "UK: (id, document_id, application_id)"
    text request_id UK "UK: request_id"
    jsonb response
    text project_id
    uuid document_id FK, UK "FK129: (document_id, application_id) ∈ document.(id, application_id)<br>UK: (id, document_id, application_id)<br>UK: document_id"
    uuid application_id FK "FK129: (document_id, application_id) ∈ document.(id, application_id)<br>UK: (id, document_id, application_id)"
    text status_id FK "FK131: status_id ∈ uipath_result_status.id"
    timestamptz created_at
    timestamptz updated_at
    TRIGGER_BEFORE_UPDATE _disable_redundant_updates "Disable redundant database updates."
    HAS_HISTORY true
  }

  uipath_value:::dataTable {
    uuid id PK, UK "UK: (id, application_id, field_id, value)"
    uuid uipath_result_id FK "FK130: (uipath_result_id, document_id, application_id) ∈ uipath_result.(id, document_id, application_id)"
    uuid document_id FK "FK130: (uipath_result_id, document_id, application_id) ∈ uipath_result.(id, document_id, application_id)"
    uuid application_id FK, UK "FK130: (uipath_result_id, document_id, application_id) ∈ uipath_result.(id, document_id, application_id)<br>UK: (id, application_id, field_id, value)"
    text field_id UK "UK: (id, application_id, field_id, value)"
    text value UK "UK: (id, application_id, field_id, value)"
    integer text_length
    integer text_start_index
    double confidence
    jsonb token_list
    timestamptz created_at
    timestamptz updated_at
    TRIGGER_BEFORE_UPDATE _disable_redundant_updates "Disable redundant database updates."
    HAS_HISTORY true
  }

-   user_action:::dataTable {
-     uuid id PK
-     timestamptz action_timestamp
+   user_session:::dataTable {
    uuid user_id FK "FK139: (user_id, person_type_id) ∈ users.(user_id, person_type_id)"
    text person_type_id FK "FK139: (user_id, person_type_id) ∈ users.(user_id, person_type_id)"
-     text action_type_id FK "FK140: action_type_id ∈ user_action_type.id"
-     HAS_HISTORY true
+     timestamptz auth_time
+     timestamptz last_auth_event_time
+     integer auth_event_count
  }

  users:::dataTable {
    uuid id PK, FK, UK "FK023: (id, person_type_id) ∈ person.(id, person_type_id)<br>UK: (id, person_type_id)"
    text person_type_id FK, UK "FK023: (id, person_type_id) ∈ person.(id, person_type_id)<br>FK025: person_type_id ∈ user_person_type_limit.id<br>UK: (id, person_type_id)"
    uuid cognito_subject UK "UK: cognito_subject"
    text username
    timestamptz created_at
    timestamptz updated_at
    TRIGGER_BEFORE_UPDATE _disable_redundant_updates "Disable redundant database updates."
    HAS_HISTORY true
  }

  %% Associative Tables
  application_tag_assignment:::associativeTable {
    uuid application_id PK, FK "FK083: application_id ∈ application.id"
    text tag_name_id PK, FK "FK077: (tag_name_id, tag_type_id) ∈ tag.(tag_name_id, tag_type_id)"
    text tag_type_id FK "FK077: (tag_name_id, tag_type_id) ∈ tag.(tag_name_id, tag_type_id)<br>FK081: tag_type_id ∈ application_tag_type_limit.id"
    TRIGGER_BEFORE_UPDATE _disable_redundant_updates "Disable redundant database updates."
    HAS_HISTORY true
  }

  deliverable_action_configuration:::associativeTable {
    text action_type_id PK, FK "FK111: action_type_id ∈ deliverable_action_type.id"
    text old_status_id PK, FK "FK110: old_status_id ∈ deliverable_status.id"
    text new_status_id PK, FK "FK113: new_status_id ∈ deliverable_status.id"
  }

  deliverable_demonstration_type:::associativeTable {
    uuid deliverable_id PK, FK "FK137: (deliverable_id, demonstration_id) ∈ deliverable.(id, demonstration_id)"
    uuid demonstration_id PK, FK "FK137: (deliverable_id, demonstration_id) ∈ deliverable.(id, demonstration_id)<br>FK138: (demonstration_id, demonstration_type_tag_name_id) ∈ demonstration_type_tag_assignment.(demonstration_id, tag_name_id)"
    text demonstration_type_tag_name_id PK, FK "FK138: (demonstration_id, demonstration_type_tag_name_id) ∈ demonstration_type_tag_assignment.(demonstration_id, tag_name_id)"
    TRIGGER_BEFORE_UPDATE _disable_redundant_updates "Disable redundant database updates."
    HAS_HISTORY true
  }

  deliverable_type_document_type:::associativeTable {
    text deliverable_type_id PK, FK "FK091: deliverable_type_id ∈ deliverable_type.id"
    text document_type_id PK, FK "FK092: document_type_id ∈ document_type.id"
  }

  demonstration_role_assignment:::associativeTable {
    uuid person_id PK, FK "FK042: (person_id, state_id) ∈ person_state.(person_id, state_id)<br>FK048: (person_id, person_type_id) ∈ person.(id, person_type_id)"
    uuid demonstration_id PK, FK "FK050: (demonstration_id, state_id) ∈ demonstration.(id, state_id)"
    text role_id PK, FK "FK047: (role_id, person_type_id) ∈ role_person_type.(role_id, person_type_id)<br>FK049: (role_id, grant_level_id) ∈ role.(id, grant_level_id)"
    text state_id FK "FK042: (person_id, state_id) ∈ person_state.(person_id, state_id)<br>FK050: (demonstration_id, state_id) ∈ demonstration.(id, state_id)"
    text person_type_id FK "FK047: (role_id, person_type_id) ∈ role_person_type.(role_id, person_type_id)<br>FK048: (person_id, person_type_id) ∈ person.(id, person_type_id)"
    text grant_level_id FK "FK046: grant_level_id ∈ demonstration_grant_level_limit.id<br>FK049: (role_id, grant_level_id) ∈ role.(id, grant_level_id)"
    TRIGGER_BEFORE_UPDATE _disable_redundant_updates "Disable redundant database updates."
    HAS_HISTORY true
  }

  person_state:::associativeTable {
    uuid person_id PK, FK "FK044: person_id ∈ person.id"
    text state_id PK, FK "FK043: state_id ∈ state.id"
    TRIGGER_BEFORE_UPDATE _disable_redundant_updates "Disable redundant database updates."
    HAS_HISTORY true
  }

  phase_date_type:::associativeTable {
    text phase_id PK, FK "FK003: phase_id ∈ phase.id"
    text date_type_id PK, FK "FK017: date_type_id ∈ date_type.id"
  }

  phase_document_type:::associativeTable {
    text phase_id PK, FK "FK027: phase_id ∈ phase.id"
    text document_type_id PK, FK "FK028: document_type_id ∈ document_type.id"
  }

  phase_note_type:::associativeTable {
    text phase_id PK, FK "FK070: phase_id ∈ phase.id"
    text note_type_id PK, FK "FK071: note_type_id ∈ note_type.id"
  }

  phase_phase_status:::associativeTable {
    text phase_id PK, FK "FK066: phase_id ∈ phase.id"
    text phase_status_id PK, FK "FK067: phase_status_id ∈ phase_status.id"
  }

  primary_demonstration_role_assignment:::associativeTable {
    uuid person_id FK, UK "FK051: (person_id, demonstration_id, role_id) ∈ demonstration_role_assignment.(person_id, demonstration_id, role_id)<br>UK: (person_id, demonstration_id, role_id)"
    uuid demonstration_id PK, FK, UK "FK051: (person_id, demonstration_id, role_id) ∈ demonstration_role_assignment.(person_id, demonstration_id, role_id)<br>UK: (person_id, demonstration_id, role_id)"
    text role_id PK, FK, UK "FK051: (person_id, demonstration_id, role_id) ∈ demonstration_role_assignment.(person_id, demonstration_id, role_id)<br>UK: (person_id, demonstration_id, role_id)"
    CONSTRAINT_TRIGGER_DEFERRABLE_AFTER_UPDATE_OR_DELETE check_demonstration_retains_primary_project_officer "Check that a primary project officer still exists."
    TRIGGER_BEFORE_UPDATE _disable_redundant_updates "Disable redundant database updates."
    HAS_HISTORY true
  }

  role_permission:::associativeTable {
    text role_id PK, FK "FK033: (role_id, grant_level_id) ∈ role.(id, grant_level_id)"
    text grant_level_id PK, FK "FK033: (role_id, grant_level_id) ∈ role.(id, grant_level_id)<br>FK034: (permission_id, grant_level_id) ∈ permission.(id, grant_level_id)"
    text permission_id PK, FK "FK034: (permission_id, grant_level_id) ∈ permission.(id, grant_level_id)"
    TRIGGER_BEFORE_UPDATE _disable_redundant_updates "Disable redundant database updates."
    HAS_HISTORY true
  }

  role_person_type:::associativeTable {
    text role_id PK, FK "FK032: role_id ∈ role.id"
    text person_type_id PK, FK "FK031: person_type_id ∈ person_type.id"
  }

  system_role_assignment:::associativeTable {
    uuid person_id PK, FK "FK039: (person_id, person_type_id) ∈ person.(id, person_type_id)"
    text role_id PK, FK "FK038: (role_id, person_type_id) ∈ role_person_type.(role_id, person_type_id)<br>FK040: (role_id, grant_level_id) ∈ role.(id, grant_level_id)"
    text person_type_id FK "FK038: (role_id, person_type_id) ∈ role_person_type.(role_id, person_type_id)<br>FK039: (person_id, person_type_id) ∈ person.(id, person_type_id)"
    text grant_level_id FK "FK040: (role_id, grant_level_id) ∈ role.(id, grant_level_id)<br>FK041: grant_level_id ∈ system_grant_level_limit.id"
    TRIGGER_BEFORE_UPDATE _disable_redundant_updates "Disable redundant database updates."
    HAS_HISTORY true
  }

  %% Legend
  Legend:::legend {
    text StaticConstraint "Red"
    text TypeLimiter "Blue"
    text AssociativeTable "Purple"
    text DataTable "Green"
    text NOTE "HAS_HISTORY true indicates that a table has a _history table as well."
  }
